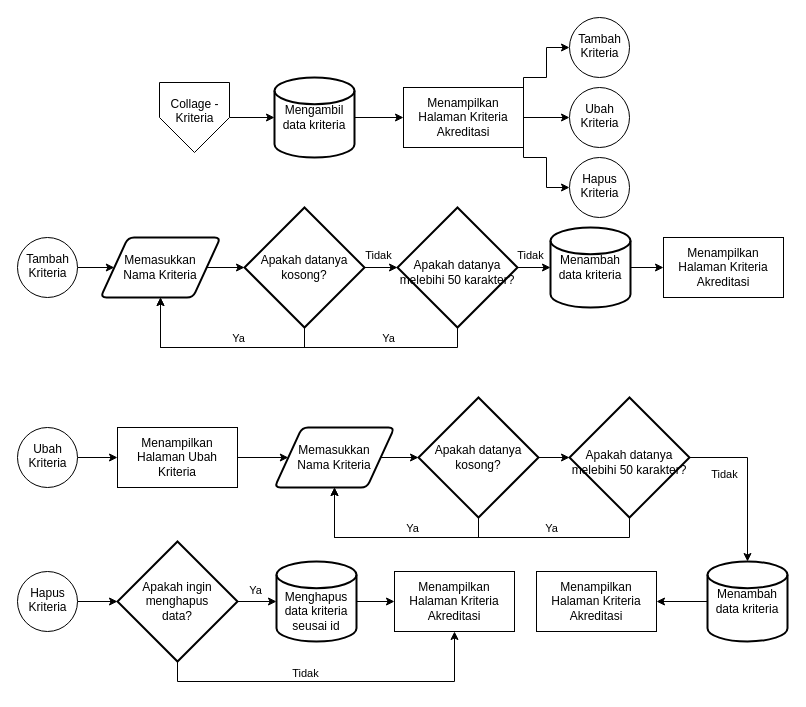
Earlier version of the draw.io diagram page "Collage - Akreditasi - Kriteria" (5 of 6) of FilemanagerLPMI.drawio (muhfajarm/laravel-file-manager). Source tidied: cells renumbered, new cells numbered last; positions are measured from the earlier drawing's top-left corner, leaving out a move shared by most shapes. Both pictures are drawn from the tidied source at 100%, with x=0, y=0 at pixel (17, 17).
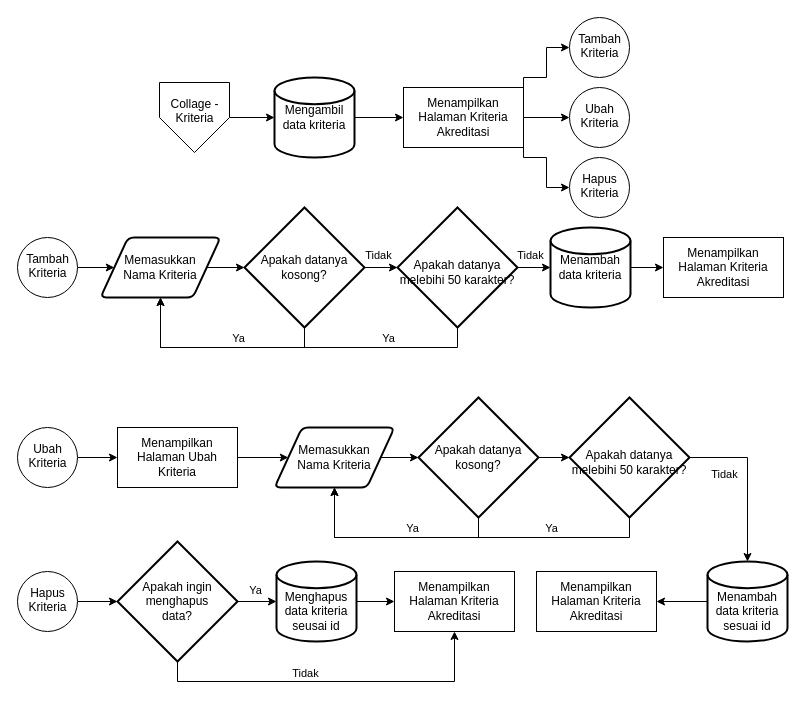
The same page after the edit.

Commit message:
Menambahkan Daftar Penilaian

What changed in the source:
```diff
@@
-    <mxCell id="36" value="&lt;div&gt;Menambah&lt;/div&gt;&lt;div&gt;data kriteria&lt;br&gt;&lt;/div&gt;" style="strokeWidth=2;html=1;shape=mxgraph.flowchart.database;whiteSpace=wrap;rounded=0;" parent="1" vertex="1">
+    <mxCell id="36" value="&lt;div&gt;Menambah&lt;/div&gt;&lt;div&gt;data kriteria sesuai id&lt;br&gt;&lt;/div&gt;" style="strokeWidth=2;html=1;shape=mxgraph.flowchart.database;whiteSpace=wrap;rounded=0;spacingTop=20;" parent="1" vertex="1">
       <mxGeometry x="690" y="544" width="80" height="80" as="geometry" />
     </mxCell>
```
